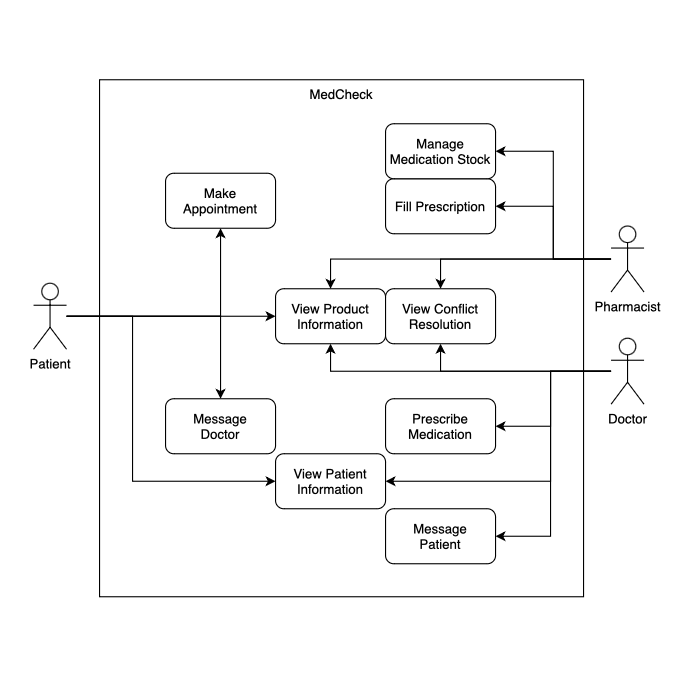
This is UseCaseDiagram.png from AndyS120/medcheck, a draw.io export, as it was before one commit. Source tidied: cells renumbered, new cells last; positions are measured from the earlier drawing's top-left corner, leaving out a move shared by most shapes.
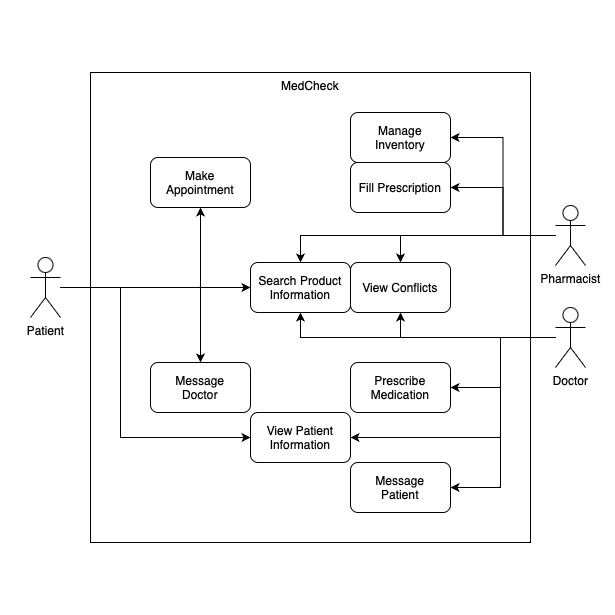
Above is the later version.

Commit message:
Updated Use Case Diagram

Change to the diagram source:
```diff
@@ -34,7 +34,7 @@
     <mxCell id="10" value="Fill Prescription" style="rounded=1;whiteSpace=wrap;html=1;" parent="1" vertex="1">
       <mxGeometry x="350" y="162" width="100" height="50" as="geometry" />
     </mxCell>
-    <mxCell id="11" value="View Product&lt;br&gt;Information" style="rounded=1;whiteSpace=wrap;html=1;" parent="1" vertex="1">
+    <mxCell id="11" value="Search Product&lt;br&gt;Information" style="rounded=1;whiteSpace=wrap;html=1;" parent="1" vertex="1">
       <mxGeometry x="250" y="262" width="100" height="50" as="geometry" />
     </mxCell>
     <mxCell id="12" value="View Patient&lt;br&gt;Information" style="rounded=1;whiteSpace=wrap;html=1;" parent="1" vertex="1">
@@ -88,13 +88,13 @@
     <mxCell id="23" value="Pharmacist" style="shape=umlActor;verticalLabelPosition=bottom;verticalAlign=top;html=1;outlineConnect=0;" parent="1" vertex="1">
       <mxGeometry x="555" y="205" width="30" height="60" as="geometry" />
     </mxCell>
-    <mxCell id="24" value="View Conflict&lt;br&gt;Resolution" style="rounded=1;whiteSpace=wrap;html=1;" parent="1" vertex="1">
+    <mxCell id="24" value="View Conflicts" style="rounded=1;whiteSpace=wrap;html=1;" parent="1" vertex="1">
       <mxGeometry x="350" y="262" width="100" height="50" as="geometry" />
     </mxCell>
     <mxCell id="25" value="Make&lt;br&gt;Appointment" style="rounded=1;whiteSpace=wrap;html=1;" parent="1" vertex="1">
       <mxGeometry x="150" y="157" width="100" height="50" as="geometry" />
     </mxCell>
-    <mxCell id="26" value="Manage Medication Stock" style="rounded=1;whiteSpace=wrap;html=1;" parent="1" vertex="1">
+    <mxCell id="26" value="Manage&lt;br&gt;Inventory" style="rounded=1;whiteSpace=wrap;html=1;" parent="1" vertex="1">
       <mxGeometry x="350" y="112" width="100" height="50" as="geometry" />
     </mxCell>
     <mxCell id="27" value="Message&lt;br&gt;Patient" style="rounded=1;whiteSpace=wrap;html=1;" parent="1" vertex="1">
```
